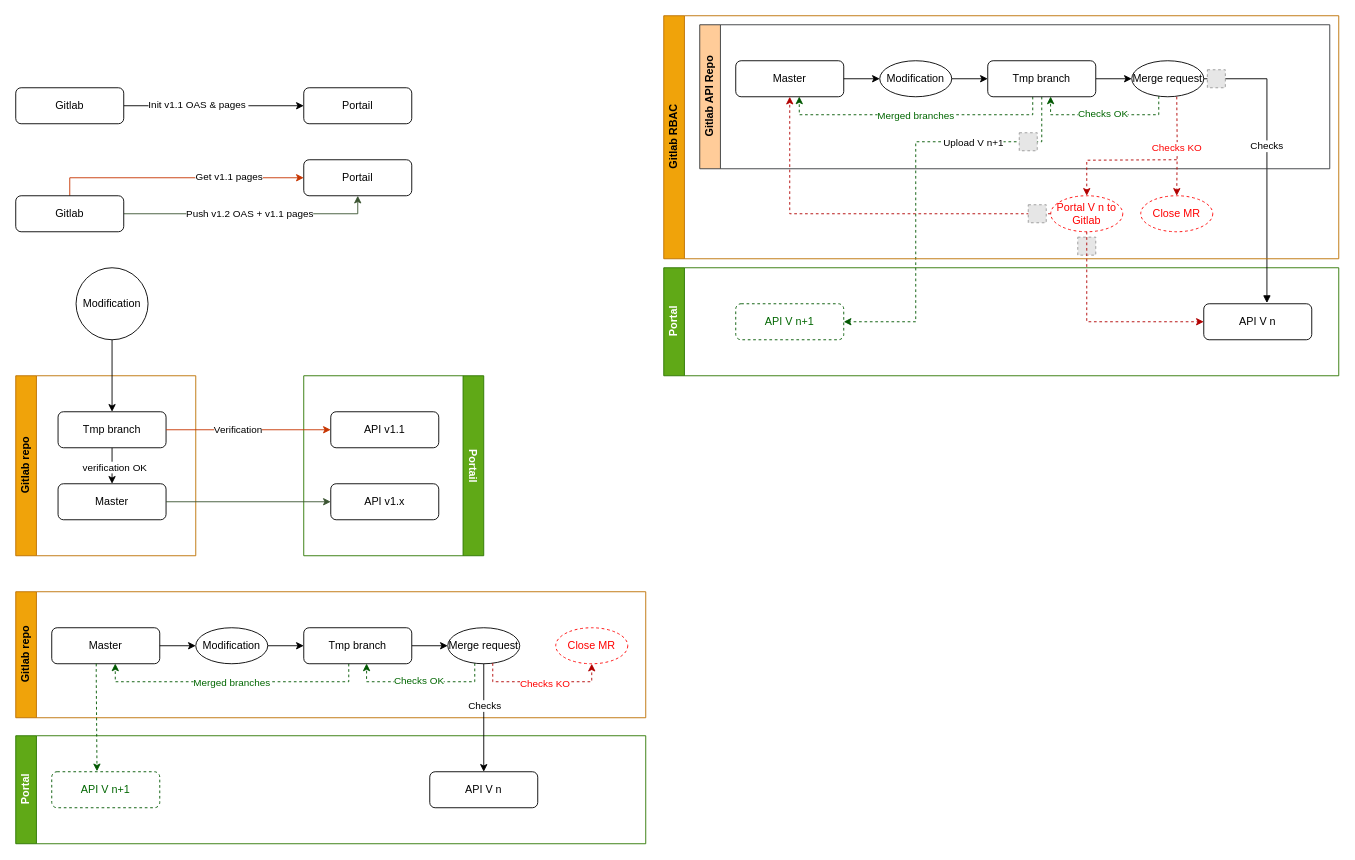
This is page "Page-3" (3 of 3) of Pronovix-cicd-implementation.drawio from 41M3/draw.io, a draw.io file, before an edit. Source tidied: cells renumbered, new cells numbered last; positions are measured from the earlier drawing's top-left corner, leaving out a move shared by most shapes. Both pictures are drawn from the tidied source at 90%, with x=0, y=0 at pixel (15, 15). Pictures stored in the file or linked from it are replaced by grey dashed boxes.
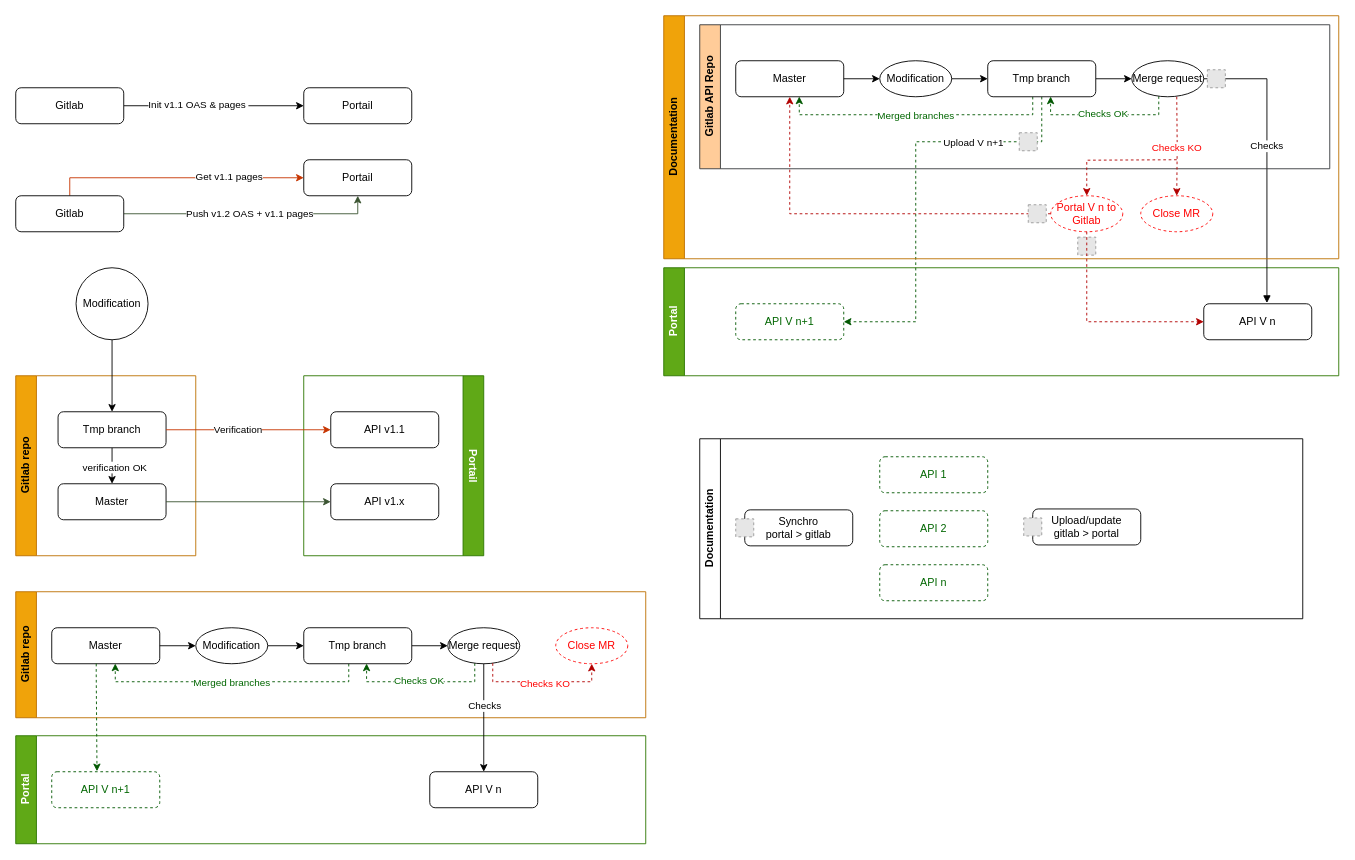
The same page after the edit.

Commit message:
Mettre à jour Pronovix-cicd-implementation.drawio

Change to the diagram source:
```diff
@@
-    <mxCell id="52" value="Gitlab RBAC" style="swimlane;horizontal=0;whiteSpace=wrap;html=1;fillColor=#f0a30a;fontColor=#000000;strokeColor=#BD7000;" parent="1" vertex="1">
+    <mxCell id="52" value="Documentation" style="swimlane;horizontal=0;whiteSpace=wrap;html=1;fillColor=#f0a30a;fontColor=#000000;strokeColor=#BD7000;" parent="1" vertex="1">
       <mxGeometry x="720" width="750" height="270" as="geometry" />
     </mxCell>
@@
+    <mxCell id="76" value="Documentation" style="swimlane;horizontal=0;whiteSpace=wrap;html=1;" parent="1" vertex="1">
+      <mxGeometry x="760" y="470" width="670" height="200" as="geometry" />
+    </mxCell>
+    <mxCell id="77" value="&lt;font&gt;API 1&lt;/font&gt;" style="rounded=1;whiteSpace=wrap;html=1;dashed=1;fillColor=#FFFFFF;fontColor=#006600;strokeColor=#005700;" parent="76" vertex="1">
+      <mxGeometry x="200" y="20" width="120" height="40" as="geometry" />
+    </mxCell>
+    <mxCell id="78" value="&lt;font&gt;API 2&lt;/font&gt;" style="rounded=1;whiteSpace=wrap;html=1;dashed=1;fillColor=#FFFFFF;fontColor=#006600;strokeColor=#005700;" parent="76" vertex="1">
+      <mxGeometry x="200" y="80" width="120" height="40" as="geometry" />
+    </mxCell>
+    <mxCell id="79" value="&lt;font&gt;API n&lt;/font&gt;" style="rounded=1;whiteSpace=wrap;html=1;dashed=1;fillColor=#FFFFFF;fontColor=#006600;strokeColor=#005700;" parent="76" vertex="1">
+      <mxGeometry x="200" y="140" width="120" height="40" as="geometry" />
+    </mxCell>
+    <mxCell id="80" style="group;" parent="76" vertex="1">
+      <mxGeometry x="40" y="79" width="130" height="40" as="geometry" />
+    </mxCell>
+    <mxCell id="81" value="Synchro&lt;br&gt;portal &amp;gt; gitlab" style="rounded=1;whiteSpace=wrap;html=1;" parent="80" vertex="1">
+      <mxGeometry x="10" width="120" height="40" as="geometry" />
+    </mxCell>
+    <mxCell id="82" style="fillColor=#E6E6E6;strokeColor=#999999;dashed=1;verticalLabelPosition=bottom;labelBackgroundColor=default;verticalAlign=top;fontColor=#7F00FF;" parent="80" vertex="1">
+      <mxGeometry y="10" width="20" height="20" as="geometry" />
+    </mxCell>
+    <mxCell id="83" style="group;" parent="76" vertex="1">
+      <mxGeometry x="360" y="78" width="130" height="40" as="geometry" />
+    </mxCell>
+    <mxCell id="84" value="Upload/update&lt;div&gt;gitlab &amp;gt; portal&lt;/div&gt;" style="rounded=1;whiteSpace=wrap;html=1;" parent="83" vertex="1">
+      <mxGeometry x="10" width="120" height="40" as="geometry" />
+    </mxCell>
+    <mxCell id="85" style="fillColor=#E6E6E6;strokeColor=#999999;dashed=1;verticalLabelPosition=bottom;labelBackgroundColor=default;verticalAlign=top;fontColor=#7F00FF;" parent="83" vertex="1">
+      <mxGeometry y="10" width="20" height="20" as="geometry" />
+    </mxCell>
```
